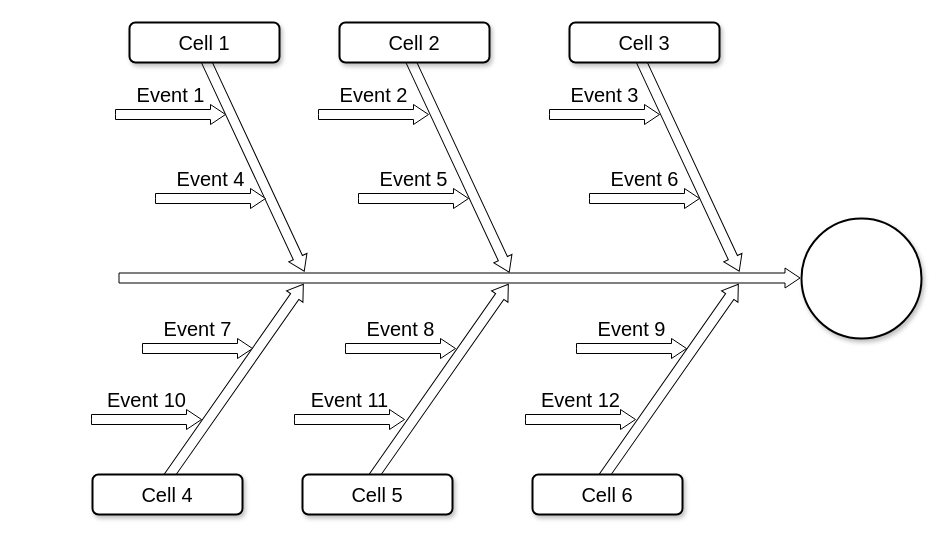
Before: Untitled Diagram.drawio in AbrahamGarciaOMx/TestCv, a draw.io diagram. Source tidied: cells renumbered, new cells numbered last; positions are measured from the earlier drawing's top-left corner, leaving out a move shared by most shapes. Both pictures are drawn from the tidied source at 100%, with x=0, y=0 at pixel (92, -63).
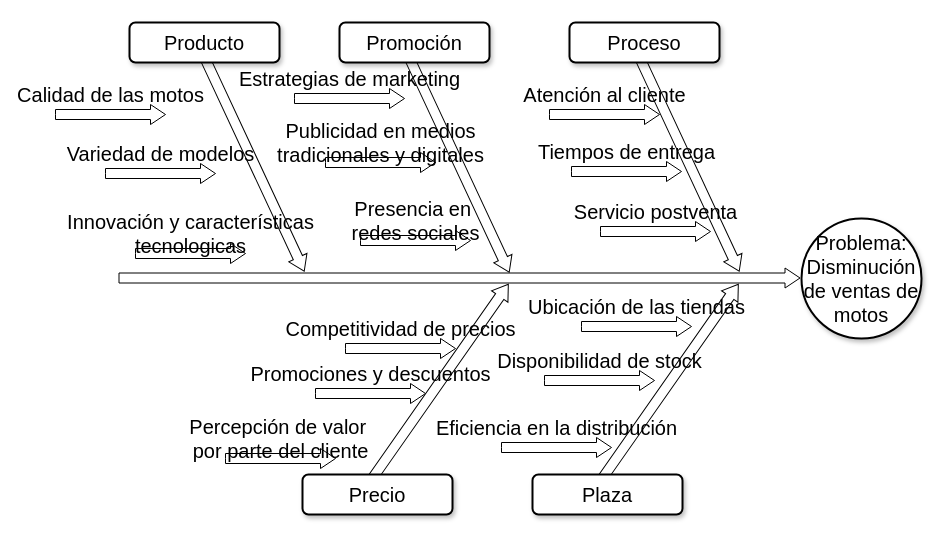
The same page after the edit.

The edit, as a diff of the source:
```diff
@@
-    <mxCell id="2" style="html=1;shadow=0;dashed=0;align=center;verticalAlign=middle;shape=mxgraph.arrows2.arrow;dy=0.5;dx=15;direction=north;notch=0;rounded=0;strokeWidth=1;fontSize=20;rotation=35;" parent="1" vertex="1">
-      <mxGeometry x="132" y="325" width="20" height="240" as="geometry" />
-    </mxCell>
@@
-    <mxCell id="9" value="Cell 1" style="rounded=1;whiteSpace=wrap;html=1;shadow=1;strokeWidth=2;fontSize=20;" parent="1" vertex="1">
+    <mxCell id="9" value="Producto" style="rounded=1;whiteSpace=wrap;html=1;shadow=1;strokeWidth=2;fontSize=20;" parent="1" vertex="1">
       <mxGeometry x="37" y="85" width="150" height="40" as="geometry" />
     </mxCell>
-    <mxCell id="10" value="Cell 2" style="rounded=1;whiteSpace=wrap;html=1;shadow=1;strokeWidth=2;fontSize=20;" parent="1" vertex="1">
+    <mxCell id="10" value="Promoción" style="rounded=1;whiteSpace=wrap;html=1;shadow=1;strokeWidth=2;fontSize=20;" parent="1" vertex="1">
       <mxGeometry x="247" y="85" width="150" height="40" as="geometry" />
     </mxCell>
-    <mxCell id="11" value="Cell 3" style="rounded=1;whiteSpace=wrap;html=1;shadow=1;strokeWidth=2;fontSize=20;" parent="1" vertex="1">
+    <mxCell id="11" value="Proceso" style="rounded=1;whiteSpace=wrap;html=1;shadow=1;strokeWidth=2;fontSize=20;" parent="1" vertex="1">
       <mxGeometry x="477" y="85" width="150" height="40" as="geometry" />
     </mxCell>
-    <mxCell id="12" value="Cell 4" style="rounded=1;whiteSpace=wrap;html=1;shadow=1;strokeWidth=2;fontSize=20;" parent="1" vertex="1">
-      <mxGeometry y="537" width="150" height="40" as="geometry" />
-    </mxCell>
-    <mxCell id="13" value="Cell 5" style="rounded=1;whiteSpace=wrap;html=1;shadow=1;strokeWidth=2;fontSize=20;" parent="1" vertex="1">
+    <mxCell id="13" value="Precio" style="rounded=1;whiteSpace=wrap;html=1;shadow=1;strokeWidth=2;fontSize=20;" parent="1" vertex="1">
       <mxGeometry x="210" y="537" width="150" height="40" as="geometry" />
     </mxCell>
-    <mxCell id="14" value="Cell 6" style="rounded=1;whiteSpace=wrap;html=1;shadow=1;strokeWidth=2;fontSize=20;" parent="1" vertex="1">
+    <mxCell id="14" value="Plaza" style="rounded=1;whiteSpace=wrap;html=1;shadow=1;strokeWidth=2;fontSize=20;" parent="1" vertex="1">
       <mxGeometry x="440" y="537" width="150" height="40" as="geometry" />
     </mxCell>
-    <mxCell id="15" style="ellipse;whiteSpace=wrap;html=1;rounded=1;shadow=1;strokeWidth=2;fontSize=20;" parent="1" vertex="1">
+    <mxCell id="15" value="Problema: Disminución de ventas de motos" style="ellipse;whiteSpace=wrap;html=1;rounded=1;shadow=1;strokeWidth=2;fontSize=20;" parent="1" vertex="1">
       <mxGeometry x="709" y="281" width="120" height="120" as="geometry" />
     </mxCell>
-    <mxCell id="16" value="Event 1" style="html=1;shadow=0;dashed=0;align=center;verticalAlign=middle;shape=mxgraph.arrows2.arrow;dy=0.5;dx=15;direction=north;notch=0;rounded=0;strokeWidth=1;fontSize=20;rotation=90;horizontal=0;labelPosition=left;verticalLabelPosition=middle;" parent="1" vertex="1">
-      <mxGeometry x="68" y="122" width="20" height="110" as="geometry" />
+    <mxCell id="16" value="Calidad de las motos" style="html=1;shadow=0;dashed=0;align=center;verticalAlign=middle;shape=mxgraph.arrows2.arrow;dy=0.5;dx=15;direction=north;notch=0;rounded=0;strokeWidth=1;fontSize=20;rotation=90;horizontal=0;labelPosition=left;verticalLabelPosition=middle;" parent="1" vertex="1">
+      <mxGeometry x="8" y="122" width="20" height="110" as="geometry" />
     </mxCell>
-    <mxCell id="17" value="Event 2" style="html=1;shadow=0;dashed=0;align=center;verticalAlign=middle;shape=mxgraph.arrows2.arrow;dy=0.5;dx=15;direction=north;notch=0;rounded=0;strokeWidth=1;fontSize=20;rotation=90;horizontal=0;labelPosition=left;verticalLabelPosition=middle;" parent="1" vertex="1">
-      <mxGeometry x="271" y="122" width="20" height="110" as="geometry" />
+    <mxCell id="17" value="Estrategias de marketing" style="html=1;shadow=0;dashed=0;align=center;verticalAlign=middle;shape=mxgraph.arrows2.arrow;dy=0.5;dx=15;direction=north;notch=0;rounded=0;strokeWidth=1;fontSize=20;rotation=90;horizontal=0;labelPosition=left;verticalLabelPosition=middle;" parent="1" vertex="1">
+      <mxGeometry x="247" y="106" width="20" height="110" as="geometry" />
     </mxCell>
-    <mxCell id="18" value="Event 3" style="html=1;shadow=0;dashed=0;align=center;verticalAlign=middle;shape=mxgraph.arrows2.arrow;dy=0.5;dx=15;direction=north;notch=0;rounded=0;strokeWidth=1;fontSize=20;rotation=90;horizontal=0;labelPosition=left;verticalLabelPosition=middle;" parent="1" vertex="1">
+    <mxCell id="18" value="Atención al cliente" style="html=1;shadow=0;dashed=0;align=center;verticalAlign=middle;shape=mxgraph.arrows2.arrow;dy=0.5;dx=15;direction=north;notch=0;rounded=0;strokeWidth=1;fontSize=20;rotation=90;horizontal=0;labelPosition=left;verticalLabelPosition=middle;" parent="1" vertex="1">
       <mxGeometry x="502" y="122" width="20" height="110" as="geometry" />
     </mxCell>
-    <mxCell id="19" value="Event 10" style="html=1;shadow=0;dashed=0;align=center;verticalAlign=middle;shape=mxgraph.arrows2.arrow;dy=0.5;dx=15;direction=north;notch=0;rounded=0;strokeWidth=1;fontSize=20;rotation=90;horizontal=0;labelPosition=left;verticalLabelPosition=middle;" parent="1" vertex="1">
-      <mxGeometry x="44" y="427" width="20" height="110" as="geometry" />
-    </mxCell>
-    <mxCell id="20" value="Event 11" style="html=1;shadow=0;dashed=0;align=center;verticalAlign=middle;shape=mxgraph.arrows2.arrow;dy=0.5;dx=15;direction=north;notch=0;rounded=0;strokeWidth=1;fontSize=20;rotation=90;horizontal=0;labelPosition=left;verticalLabelPosition=middle;" parent="1" vertex="1">
-      <mxGeometry x="247" y="427" width="20" height="110" as="geometry" />
+    <mxCell id="20" value="Percepción de valor&amp;nbsp;&lt;div&gt;por parte del cliente&lt;/div&gt;" style="html=1;shadow=0;dashed=0;align=center;verticalAlign=middle;shape=mxgraph.arrows2.arrow;dy=0.5;dx=15;direction=north;notch=0;rounded=0;strokeWidth=1;fontSize=20;rotation=90;horizontal=0;labelPosition=left;verticalLabelPosition=middle;" parent="1" vertex="1">
+      <mxGeometry x="178" y="466" width="20" height="110" as="geometry" />
     </mxCell>
-    <mxCell id="21" value="Event 12" style="html=1;shadow=0;dashed=0;align=center;verticalAlign=middle;shape=mxgraph.arrows2.arrow;dy=0.5;dx=15;direction=north;notch=0;rounded=0;strokeWidth=1;fontSize=20;rotation=90;horizontal=0;labelPosition=left;verticalLabelPosition=middle;" parent="1" vertex="1">
-      <mxGeometry x="478" y="427" width="20" height="110" as="geometry" />
+    <mxCell id="21" value="Eficiencia en la distribución" style="html=1;shadow=0;dashed=0;align=center;verticalAlign=middle;shape=mxgraph.arrows2.arrow;dy=0.5;dx=15;direction=north;notch=0;rounded=0;strokeWidth=1;fontSize=20;rotation=90;horizontal=0;labelPosition=left;verticalLabelPosition=middle;" parent="1" vertex="1">
+      <mxGeometry x="454" y="455" width="20" height="110" as="geometry" />
     </mxCell>
-    <mxCell id="22" value="Event 4" style="html=1;shadow=0;dashed=0;align=center;verticalAlign=middle;shape=mxgraph.arrows2.arrow;dy=0.5;dx=15;direction=north;notch=0;rounded=0;strokeWidth=1;fontSize=20;rotation=90;horizontal=0;labelPosition=left;verticalLabelPosition=middle;" parent="1" vertex="1">
-      <mxGeometry x="108" y="206" width="20" height="110" as="geometry" />
+    <mxCell id="22" value="Variedad de modelos" style="html=1;shadow=0;dashed=0;align=center;verticalAlign=middle;shape=mxgraph.arrows2.arrow;dy=0.5;dx=15;direction=north;notch=0;rounded=0;strokeWidth=1;fontSize=20;rotation=90;horizontal=0;labelPosition=left;verticalLabelPosition=middle;" parent="1" vertex="1">
+      <mxGeometry x="58" y="181" width="20" height="110" as="geometry" />
     </mxCell>
-    <mxCell id="23" value="Event 5" style="html=1;shadow=0;dashed=0;align=center;verticalAlign=middle;shape=mxgraph.arrows2.arrow;dy=0.5;dx=15;direction=north;notch=0;rounded=0;strokeWidth=1;fontSize=20;rotation=90;horizontal=0;labelPosition=left;verticalLabelPosition=middle;" parent="1" vertex="1">
-      <mxGeometry x="311" y="206" width="20" height="110" as="geometry" />
+    <mxCell id="23" value="Publicidad en medios&lt;div&gt;tradicionales y digitales&lt;/div&gt;" style="html=1;shadow=0;dashed=0;align=center;verticalAlign=middle;shape=mxgraph.arrows2.arrow;dy=0.5;dx=15;direction=north;notch=0;rounded=0;strokeWidth=1;fontSize=20;rotation=90;horizontal=0;labelPosition=left;verticalLabelPosition=middle;" parent="1" vertex="1">
+      <mxGeometry x="278" y="170" width="20" height="110" as="geometry" />
     </mxCell>
-    <mxCell id="24" value="Event 6" style="html=1;shadow=0;dashed=0;align=center;verticalAlign=middle;shape=mxgraph.arrows2.arrow;dy=0.5;dx=15;direction=north;notch=0;rounded=0;strokeWidth=1;fontSize=20;rotation=90;horizontal=0;labelPosition=left;verticalLabelPosition=middle;" parent="1" vertex="1">
-      <mxGeometry x="542" y="206" width="20" height="110" as="geometry" />
+    <mxCell id="24" value="Tiempos de entrega" style="html=1;shadow=0;dashed=0;align=center;verticalAlign=middle;shape=mxgraph.arrows2.arrow;dy=0.5;dx=15;direction=north;notch=0;rounded=0;strokeWidth=1;fontSize=20;rotation=90;horizontal=0;labelPosition=left;verticalLabelPosition=middle;" parent="1" vertex="1">
+      <mxGeometry x="524" y="179" width="20" height="110" as="geometry" />
     </mxCell>
-    <mxCell id="25" value="Event 7" style="html=1;shadow=0;dashed=0;align=center;verticalAlign=middle;shape=mxgraph.arrows2.arrow;dy=0.5;dx=15;direction=north;notch=0;rounded=0;strokeWidth=1;fontSize=20;rotation=90;horizontal=0;labelPosition=left;verticalLabelPosition=middle;" parent="1" vertex="1">
-      <mxGeometry x="95" y="356" width="20" height="110" as="geometry" />
-    </mxCell>
-    <mxCell id="26" value="Event 8" style="html=1;shadow=0;dashed=0;align=center;verticalAlign=middle;shape=mxgraph.arrows2.arrow;dy=0.5;dx=15;direction=north;notch=0;rounded=0;strokeWidth=1;fontSize=20;rotation=90;horizontal=0;labelPosition=left;verticalLabelPosition=middle;" parent="1" vertex="1">
+    <mxCell id="26" value="Competitividad de precios" style="html=1;shadow=0;dashed=0;align=center;verticalAlign=middle;shape=mxgraph.arrows2.arrow;dy=0.5;dx=15;direction=north;notch=0;rounded=0;strokeWidth=1;fontSize=20;rotation=90;horizontal=0;labelPosition=left;verticalLabelPosition=middle;" parent="1" vertex="1">
       <mxGeometry x="298" y="356" width="20" height="110" as="geometry" />
     </mxCell>
-    <mxCell id="27" value="Event 9" style="html=1;shadow=0;dashed=0;align=center;verticalAlign=middle;shape=mxgraph.arrows2.arrow;dy=0.5;dx=15;direction=north;notch=0;rounded=0;strokeWidth=1;fontSize=20;rotation=90;horizontal=0;labelPosition=left;verticalLabelPosition=middle;" parent="1" vertex="1">
-      <mxGeometry x="529" y="356" width="20" height="110" as="geometry" />
+    <mxCell id="27" value="Ubicación de las tiendas" style="html=1;shadow=0;dashed=0;align=center;verticalAlign=middle;shape=mxgraph.arrows2.arrow;dy=0.5;dx=15;direction=north;notch=0;rounded=0;strokeWidth=1;fontSize=20;rotation=90;horizontal=0;labelPosition=left;verticalLabelPosition=middle;" parent="1" vertex="1">
+      <mxGeometry x="534" y="334" width="20" height="110" as="geometry" />
     </mxCell>
+    <mxCell id="28" value="Innovación y características&lt;div&gt;tecnologicas&lt;/div&gt;" style="html=1;shadow=0;dashed=0;align=center;verticalAlign=middle;shape=mxgraph.arrows2.arrow;dy=0.5;dx=15;direction=north;notch=0;rounded=0;strokeWidth=1;fontSize=20;rotation=90;horizontal=0;labelPosition=left;verticalLabelPosition=middle;" parent="1" vertex="1">
+      <mxGeometry x="88" y="261" width="20" height="110" as="geometry" />
+    </mxCell>
+    <mxCell id="29" value="Promociones y descuentos" style="html=1;shadow=0;dashed=0;align=center;verticalAlign=middle;shape=mxgraph.arrows2.arrow;dy=0.5;dx=15;direction=north;notch=0;rounded=0;strokeWidth=1;fontSize=20;rotation=90;horizontal=0;labelPosition=left;verticalLabelPosition=middle;" parent="1" vertex="1">
+      <mxGeometry x="268" y="401" width="20" height="110" as="geometry" />
+    </mxCell>
+    <mxCell id="30" value="Presencia en&amp;nbsp;&lt;div&gt;redes sociales&lt;/div&gt;" style="html=1;shadow=0;dashed=0;align=center;verticalAlign=middle;shape=mxgraph.arrows2.arrow;dy=0.5;dx=15;direction=north;notch=0;rounded=0;strokeWidth=1;fontSize=20;rotation=90;horizontal=0;labelPosition=left;verticalLabelPosition=middle;" parent="1" vertex="1">
+      <mxGeometry x="313" y="248" width="20" height="110" as="geometry" />
+    </mxCell>
+    <mxCell id="31" value="Disponibilidad de stock" style="html=1;shadow=0;dashed=0;align=center;verticalAlign=middle;shape=mxgraph.arrows2.arrow;dy=0.5;dx=15;direction=north;notch=0;rounded=0;strokeWidth=1;fontSize=20;rotation=90;horizontal=0;labelPosition=left;verticalLabelPosition=middle;" parent="1" vertex="1">
+      <mxGeometry x="497" y="388" width="20" height="110" as="geometry" />
+    </mxCell>
+    <mxCell id="32" value="Servicio postventa" style="html=1;shadow=0;dashed=0;align=center;verticalAlign=middle;shape=mxgraph.arrows2.arrow;dy=0.5;dx=15;direction=north;notch=0;rounded=0;strokeWidth=1;fontSize=20;rotation=90;horizontal=0;labelPosition=left;verticalLabelPosition=middle;" parent="1" vertex="1">
+      <mxGeometry x="553" y="239" width="20" height="110" as="geometry" />
+    </mxCell>
```
